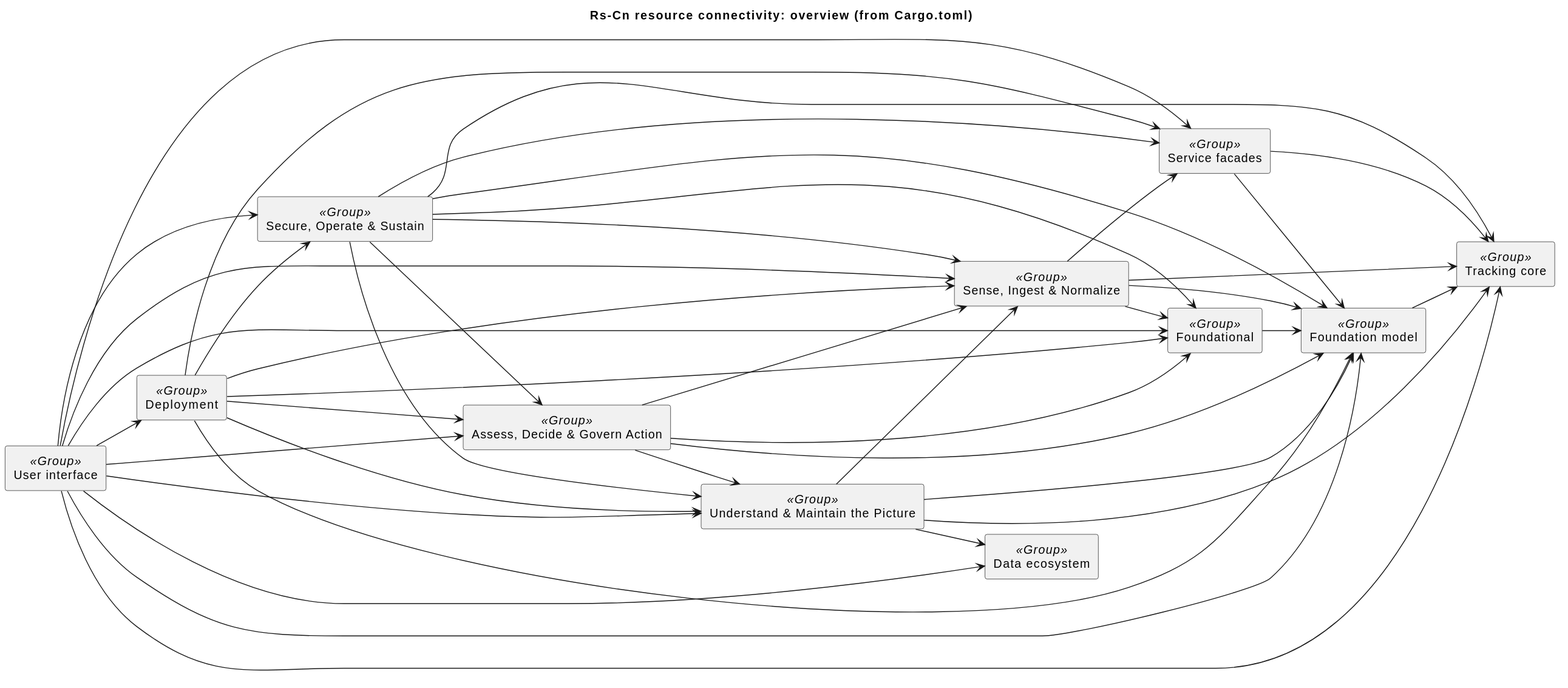
Earlier version of the PlantUML export docs/architecture/uaf/rendered/resources/Rs-Cn-overview.svg (WayneRoessling/gungnir).
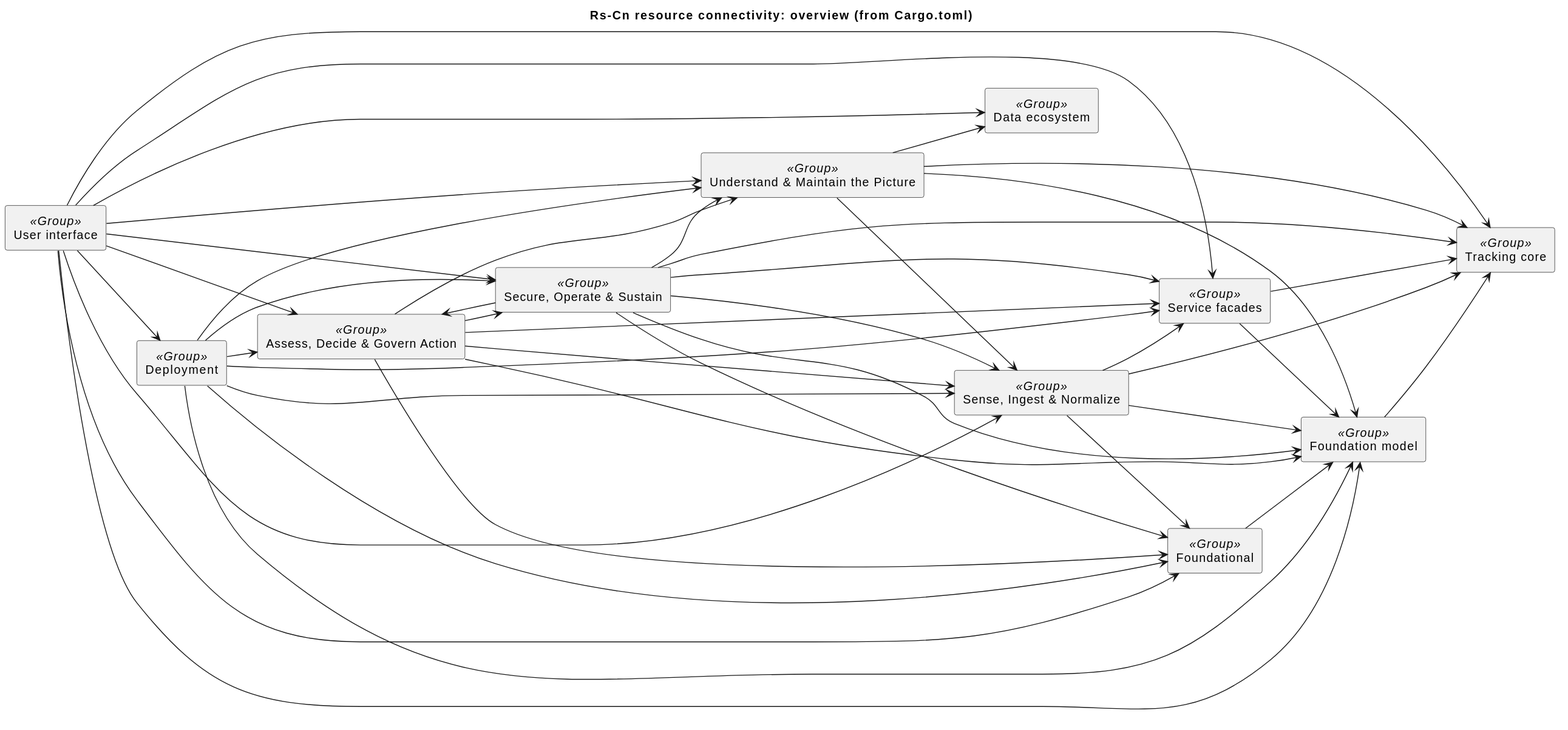
The same diagram one commit later.

Diff of the diagram source:
```diff
@@ -32,6 +32,9 @@
 user_interface --> foundational
 user_interface --> sense_ingest_normalize
 user_interface --> assess_decide_govern_action
+assess_decide_govern_action --> service_facades
+assess_decide_govern_action --> secure_operate_sustain
+assess_decide_govern_action --> foundational
 assess_decide_govern_action --> foundation_model
 secure_operate_sustain --> assess_decide_govern_action
 foundational --> foundation_model
@@ -42,7 +45,6 @@
 service_facades --> foundation_model
 assess_decide_govern_action --> sense_ingest_normalize
 foundation_model --> tracking_core
-assess_decide_govern_action --> foundational
 deployment --> foundation_model
 deployment --> foundational
 deployment --> sense_ingest_normalize
```
